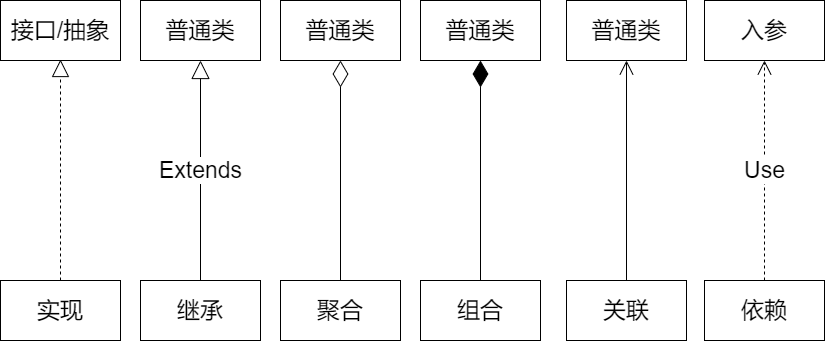
This is UML.png from scdays/asset, a draw.io export, as it was before one commit. Source tidied: cells renumbered, new cells last; positions are measured from the earlier drawing's top-left corner, leaving out a move shared by most shapes.
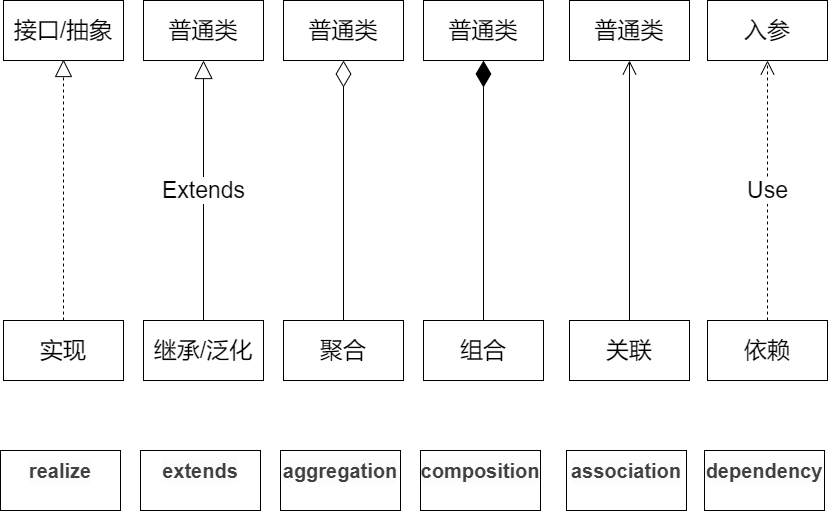
The same file after the commit.

The edit, as a diff of the source:
```diff
@@ -21,22 +21,22 @@
       <mxGeometry x="566" width="120" height="60" as="geometry" />
     </mxCell>
     <mxCell id="8" value="实现" style="rounded=0;whiteSpace=wrap;html=1;fontSize=23;" parent="1" vertex="1">
-      <mxGeometry y="280" width="120" height="60" as="geometry" />
+      <mxGeometry y="320" width="120" height="60" as="geometry" />
     </mxCell>
-    <mxCell id="9" value="继承" style="rounded=0;whiteSpace=wrap;html=1;fontSize=23;" parent="1" vertex="1">
-      <mxGeometry x="140" y="280" width="120" height="60" as="geometry" />
+    <mxCell id="9" value="继承/泛化" style="rounded=0;whiteSpace=wrap;html=1;fontSize=23;" parent="1" vertex="1">
+      <mxGeometry x="140" y="320" width="120" height="60" as="geometry" />
     </mxCell>
     <mxCell id="10" value="聚合" style="rounded=0;whiteSpace=wrap;html=1;fontSize=23;" parent="1" vertex="1">
-      <mxGeometry x="280" y="280" width="120" height="60" as="geometry" />
+      <mxGeometry x="280" y="320" width="120" height="60" as="geometry" />
     </mxCell>
     <mxCell id="11" value="组合" style="rounded=0;whiteSpace=wrap;html=1;fontSize=23;" parent="1" vertex="1">
-      <mxGeometry x="420" y="280" width="120" height="60" as="geometry" />
+      <mxGeometry x="420" y="320" width="120" height="60" as="geometry" />
     </mxCell>
     <mxCell id="12" value="依赖" style="rounded=0;whiteSpace=wrap;html=1;fontSize=23;" parent="1" vertex="1">
-      <mxGeometry x="704" y="280" width="120" height="60" as="geometry" />
+      <mxGeometry x="704" y="320" width="120" height="60" as="geometry" />
     </mxCell>
     <mxCell id="13" value="关联" style="rounded=0;whiteSpace=wrap;html=1;fontSize=23;" parent="1" vertex="1">
-      <mxGeometry x="566" y="280" width="120" height="60" as="geometry" />
+      <mxGeometry x="566" y="320" width="120" height="60" as="geometry" />
     </mxCell>
     <mxCell id="14" style="endArrow=block;dashed=1;endFill=0;endSize=15;html=1;fontSize=23;exitX=0.5;exitY=0;exitDx=0;exitDy=0;startSize=10;targetPerimeterSpacing=0;" parent="1" edge="1" source="8">
       <mxGeometry relative="1" as="geometry">
@@ -58,5 +58,23 @@
     <mxCell id="19" value="Extends" style="endArrow=block;endSize=16;endFill=0;html=1;fontSize=23;entryX=0.5;entryY=1;entryDx=0;entryDy=0;" parent="1" edge="1" source="9" target="3">
       <mxGeometry relative="1" as="geometry" />
     </mxCell>
+    <mxCell id="20" value="&lt;h3 style=&quot;box-sizing: border-box ; margin-top: 0px ; font-family: &amp;#34;roboto slab&amp;#34; , , &amp;#34;georgia&amp;#34; , &amp;#34;arial&amp;#34; , sans-serif ; font-size: 20px ; color: rgb(64 , 64 , 64) ; background-color: rgb(252 , 252 , 252)&quot;&gt;realize&lt;/h3&gt;" style="rounded=0;whiteSpace=wrap;html=1;fontSize=23;" parent="1" vertex="1">
+      <mxGeometry x="-3" y="450" width="120" height="60" as="geometry" />
+    </mxCell>
+    <mxCell id="21" value="&lt;h3 style=&quot;box-sizing: border-box ; margin-top: 0px ; font-family: &amp;#34;roboto slab&amp;#34; , , &amp;#34;georgia&amp;#34; , &amp;#34;arial&amp;#34; , sans-serif ; font-size: 20px ; color: rgb(64 , 64 , 64) ; background-color: rgb(252 , 252 , 252)&quot;&gt;extends&lt;/h3&gt;" style="rounded=0;whiteSpace=wrap;html=1;fontSize=23;" parent="1" vertex="1">
+      <mxGeometry x="137" y="450" width="120" height="60" as="geometry" />
+    </mxCell>
+    <mxCell id="22" value="&lt;h3 style=&quot;box-sizing: border-box ; margin-top: 0px ; font-family: &amp;#34;roboto slab&amp;#34; , , &amp;#34;georgia&amp;#34; , &amp;#34;arial&amp;#34; , sans-serif ; font-size: 20px ; color: rgb(64 , 64 , 64) ; background-color: rgb(252 , 252 , 252)&quot;&gt;aggregation&lt;/h3&gt;" style="rounded=0;whiteSpace=wrap;html=1;fontSize=23;" parent="1" vertex="1">
+      <mxGeometry x="277" y="450" width="120" height="60" as="geometry" />
+    </mxCell>
+    <mxCell id="23" value="&lt;h3 style=&quot;box-sizing: border-box ; margin-top: 0px ; font-family: &amp;#34;roboto slab&amp;#34; , , &amp;#34;georgia&amp;#34; , &amp;#34;arial&amp;#34; , sans-serif ; font-size: 20px ; color: rgb(64 , 64 , 64) ; background-color: rgb(252 , 252 , 252)&quot;&gt;composition&lt;/h3&gt;" style="rounded=0;whiteSpace=wrap;html=1;fontSize=23;" parent="1" vertex="1">
+      <mxGeometry x="417" y="450" width="120" height="60" as="geometry" />
+    </mxCell>
+    <mxCell id="24" value="&lt;h3 style=&quot;box-sizing: border-box ; margin-top: 0px ; font-family: &amp;#34;roboto slab&amp;#34; , , &amp;#34;georgia&amp;#34; , &amp;#34;arial&amp;#34; , sans-serif ; font-size: 20px ; color: rgb(64 , 64 , 64) ; background-color: rgb(252 , 252 , 252)&quot;&gt;dependency&lt;/h3&gt;" style="rounded=0;whiteSpace=wrap;html=1;fontSize=23;" parent="1" vertex="1">
+      <mxGeometry x="701" y="450" width="120" height="60" as="geometry" />
+    </mxCell>
+    <mxCell id="25" value="&lt;h3 style=&quot;box-sizing: border-box ; margin-top: 0px ; font-family: &amp;#34;roboto slab&amp;#34; , , &amp;#34;georgia&amp;#34; , &amp;#34;arial&amp;#34; , sans-serif ; font-size: 20px ; color: rgb(64 , 64 , 64) ; background-color: rgb(252 , 252 , 252)&quot;&gt;association&lt;/h3&gt;" style="rounded=0;whiteSpace=wrap;html=1;fontSize=23;" parent="1" vertex="1">
+      <mxGeometry x="563" y="450" width="120" height="60" as="geometry" />
+    </mxCell>
   </root>
 </mxGraphModel>
```
